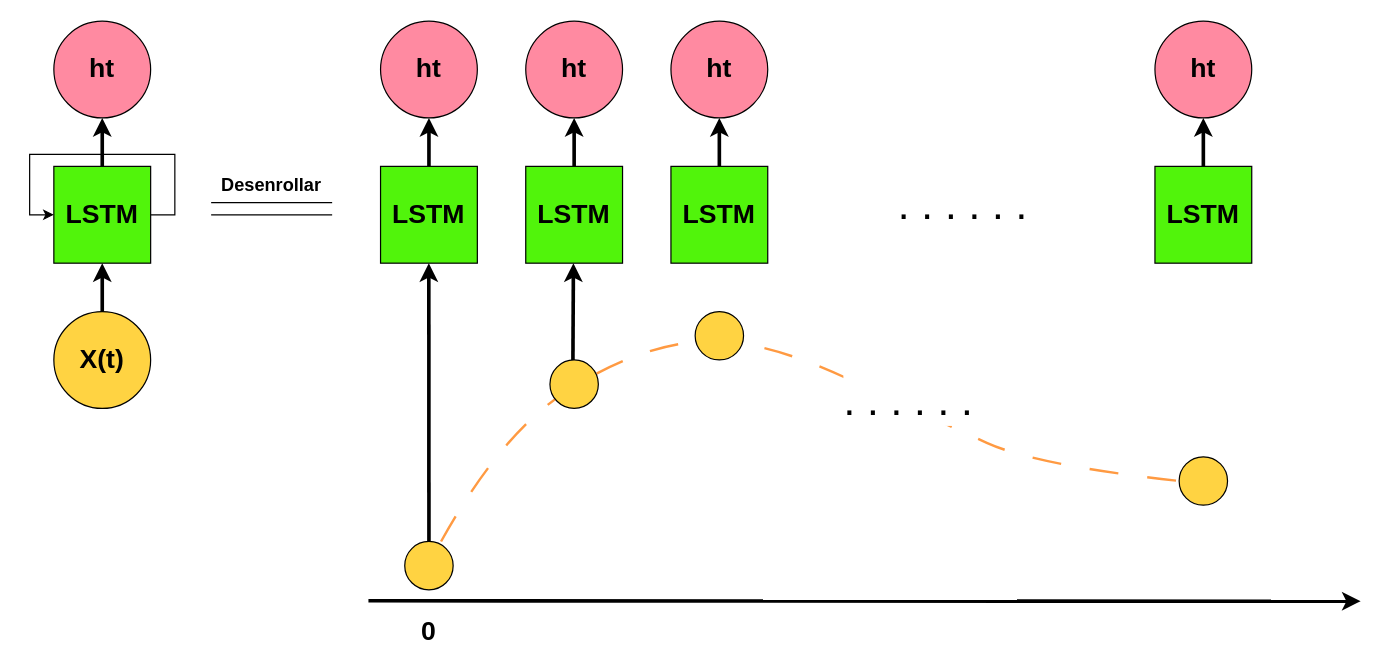
Earlier version of the draw.io diagram LSTM_Time_Series.drawio (williamm6891/Actividad_1). Source tidied: cells renumbered, new cells numbered last; positions are measured from the earlier drawing's top-left corner, leaving out a move shared by most shapes. Both pictures are drawn from the tidied source at 121%, with x=0, y=0 at pixel (29, 21).
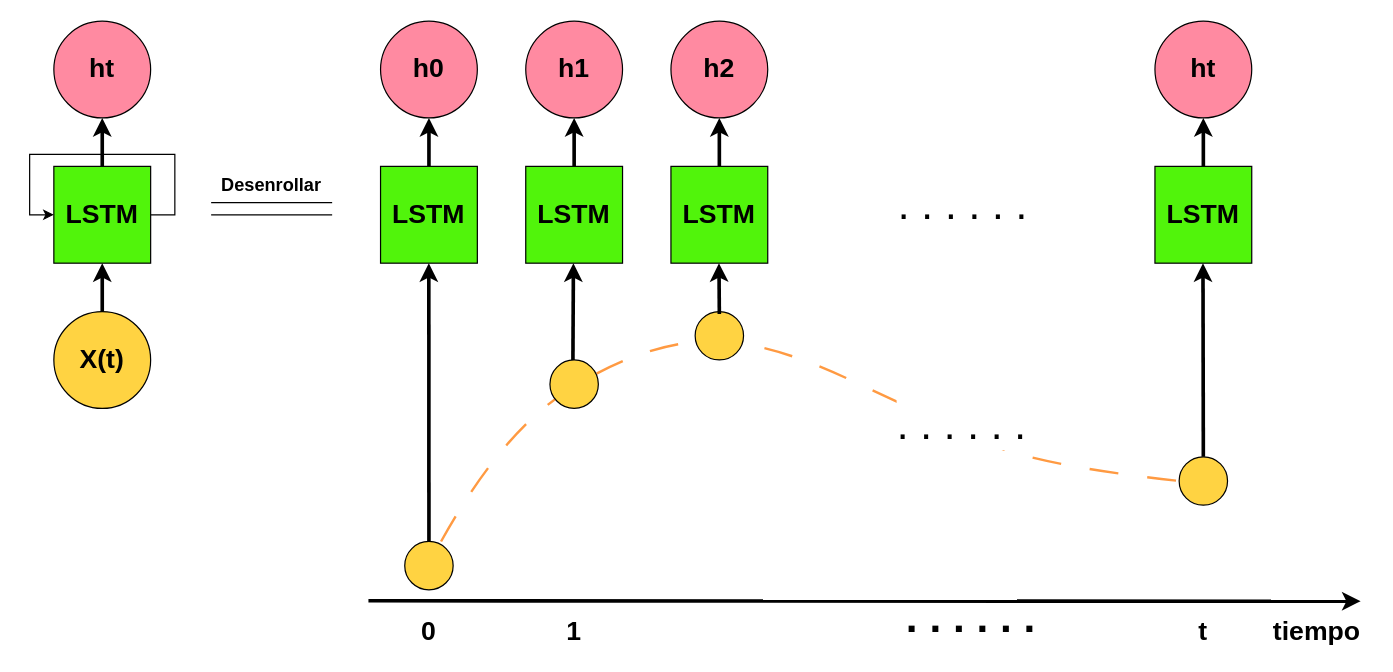
Above is the later version.

The change refers to these unchanged cells:
```xml
<mxCell id="12" style="endArrow=none;html=1;curved=1;dashed=1;dashPattern=12 12;strokeWidth=2;strokeColor=#FF9A42;endSize=6;startSize=6;" parent="1" edge="1" target="31">
  <mxGeometry relative="1" as="geometry">
    <mxPoint x="340" y="430" as="sourcePoint" />
    <Array as="points">
      <mxPoint x="390" y="340" />
      <mxPoint x="500" y="270" />
      <mxPoint x="600" y="260" />
      <mxPoint x="750" y="330" />
      <mxPoint x="832" y="367" />
      <mxPoint x="950" y="380" />
    </Array>
  </mxGeometry>
</mxCell>
<mxCell id="31" style="ellipse;whiteSpace=wrap;html=1;fillColor=#FFD342;" parent="1" vertex="1">
  <mxGeometry x="950" y="360" width="40" height="40" as="geometry" />
</mxCell>
```

Change to the diagram source:
```diff
@@
     <mxCell id="13" value=". . . . . ." style="edgeLabel;html=1;align=center;verticalAlign=middle;fontSize=35;" parent="12" vertex="1">
       <mxGeometry x="0.15" y="-2" relative="1" as="geometry">
-        <mxPoint x="60" y="20" as="offset" />
+        <mxPoint x="104" y="40" as="offset" />
       </mxGeometry>
     </mxCell>
@@
-    <mxCell id="15" value="&lt;b&gt;&lt;font style=&quot;font-size: 22px;&quot;&gt;ht&lt;/font&gt;&lt;/b&gt;" style="ellipse;whiteSpace=wrap;html=1;fillColor=#FF8AA1;" parent="1" vertex="1">
+    <mxCell id="15" value="&lt;b&gt;&lt;font style=&quot;font-size: 22px;&quot;&gt;h0&lt;/font&gt;&lt;/b&gt;" style="ellipse;whiteSpace=wrap;html=1;fillColor=#FF8AA1;" parent="1" vertex="1">
       <mxGeometry x="290" width="80" height="80" as="geometry" />
     </mxCell>
@@
-    <mxCell id="18" value="&lt;b&gt;&lt;font style=&quot;font-size: 22px;&quot;&gt;ht&lt;/font&gt;&lt;/b&gt;" style="ellipse;whiteSpace=wrap;html=1;fillColor=#FF8AA1;" parent="1" vertex="1">
+    <mxCell id="18" value="&lt;b&gt;&lt;font style=&quot;font-size: 22px;&quot;&gt;h1&lt;/font&gt;&lt;/b&gt;" style="ellipse;whiteSpace=wrap;html=1;fillColor=#FF8AA1;" parent="1" vertex="1">
       <mxGeometry x="410" width="80" height="80" as="geometry" />
     </mxCell>
@@
-    <mxCell id="21" value="&lt;b&gt;&lt;font style=&quot;font-size: 22px;&quot;&gt;ht&lt;/font&gt;&lt;/b&gt;" style="ellipse;whiteSpace=wrap;html=1;fillColor=#FF8AA1;" parent="1" vertex="1">
+    <mxCell id="21" value="&lt;b&gt;&lt;font style=&quot;font-size: 22px;&quot;&gt;h2&lt;/font&gt;&lt;/b&gt;" style="ellipse;whiteSpace=wrap;html=1;fillColor=#FF8AA1;" parent="1" vertex="1">
       <mxGeometry x="530" width="80" height="80" as="geometry" />
     </mxCell>
@@
+    <mxCell id="34" value="&lt;font size=&quot;1&quot; style=&quot;&quot;&gt;&lt;b style=&quot;font-size: 22px;&quot;&gt;1&lt;/b&gt;&lt;/font&gt;" style="text;html=1;strokeColor=none;fillColor=none;align=center;verticalAlign=middle;whiteSpace=wrap;rounded=0;" parent="1" vertex="1">
+      <mxGeometry x="420" y="490" width="60" height="30" as="geometry" />
+    </mxCell>
+    <mxCell id="35" value="&lt;font size=&quot;1&quot; style=&quot;&quot;&gt;&lt;b style=&quot;font-size: 35px;&quot;&gt;. . . . . .&amp;nbsp;&lt;/b&gt;&lt;/font&gt;" style="text;html=1;strokeColor=none;fillColor=none;align=center;verticalAlign=middle;whiteSpace=wrap;rounded=0;" parent="1" vertex="1">
+      <mxGeometry x="720" y="477" width="126" height="30" as="geometry" />
+    </mxCell>
+    <mxCell id="36" value="&lt;font size=&quot;1&quot; style=&quot;&quot;&gt;&lt;b style=&quot;font-size: 22px;&quot;&gt;t&lt;/b&gt;&lt;/font&gt;" style="text;html=1;strokeColor=none;fillColor=none;align=center;verticalAlign=middle;whiteSpace=wrap;rounded=0;" parent="1" vertex="1">
+      <mxGeometry x="940" y="490" width="60" height="30" as="geometry" />
+    </mxCell>
+    <mxCell id="37" style="endArrow=classic;html=1;rounded=0;entryX=0.5;entryY=1;entryDx=0;entryDy=0;strokeWidth=3;" parent="1" edge="1">
+      <mxGeometry relative="1" as="geometry">
+        <mxPoint x="570" y="242" as="sourcePoint" />
+        <mxPoint x="569.7" y="200" as="targetPoint" />
+      </mxGeometry>
+    </mxCell>
+    <mxCell id="38" style="endArrow=classic;html=1;rounded=0;entryX=0.5;entryY=1;entryDx=0;entryDy=0;strokeWidth=3;exitX=0.5;exitY=0;exitDx=0;exitDy=0;" parent="1" edge="1" source="31">
+      <mxGeometry relative="1" as="geometry">
+        <mxPoint x="969.7" y="200" as="targetPoint" />
+      </mxGeometry>
+    </mxCell>
+    <mxCell id="39" value="&lt;font size=&quot;1&quot; style=&quot;&quot;&gt;&lt;b style=&quot;font-size: 22px;&quot;&gt;tiempo&lt;/b&gt;&lt;/font&gt;" style="text;html=1;strokeColor=none;fillColor=none;align=center;verticalAlign=middle;whiteSpace=wrap;rounded=0;" parent="1" vertex="1">
+      <mxGeometry x="1034" y="490" width="60" height="30" as="geometry" />
+    </mxCell>
```
